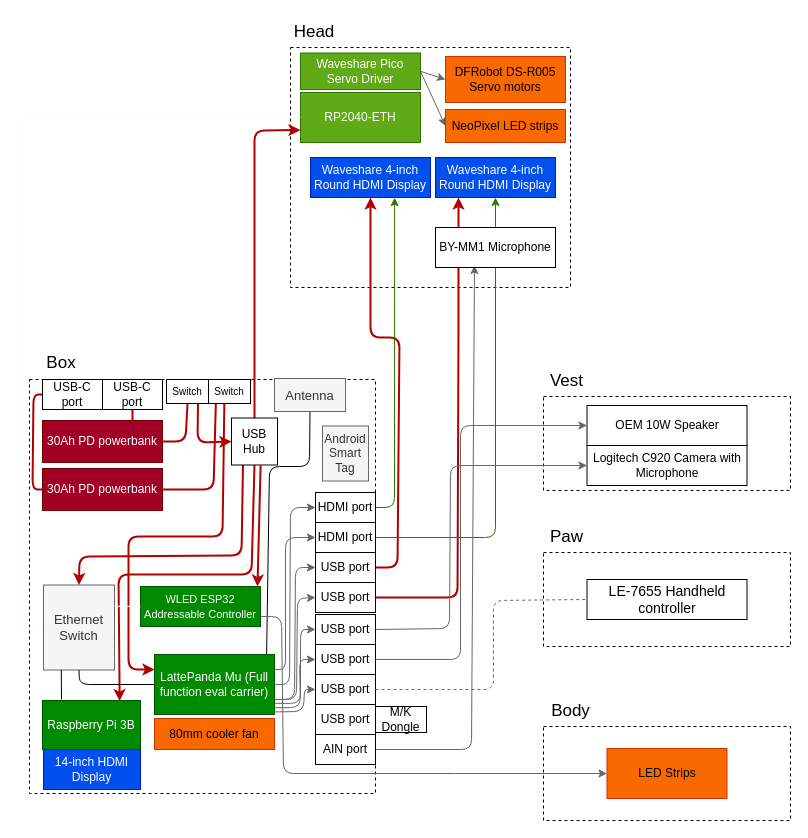
The draw.io diagram Planning/Hardware.drawio in MekhyW/DYNAMO-Electronic-Fursuit-3.0, before the edit. Source tidied: cells renumbered, new cells numbered last; positions are measured from the earlier drawing's top-left corner, leaving out a move shared by most shapes. Both pictures are drawn from the tidied source at 100%, with x=0, y=0 at pixel (17, 17).
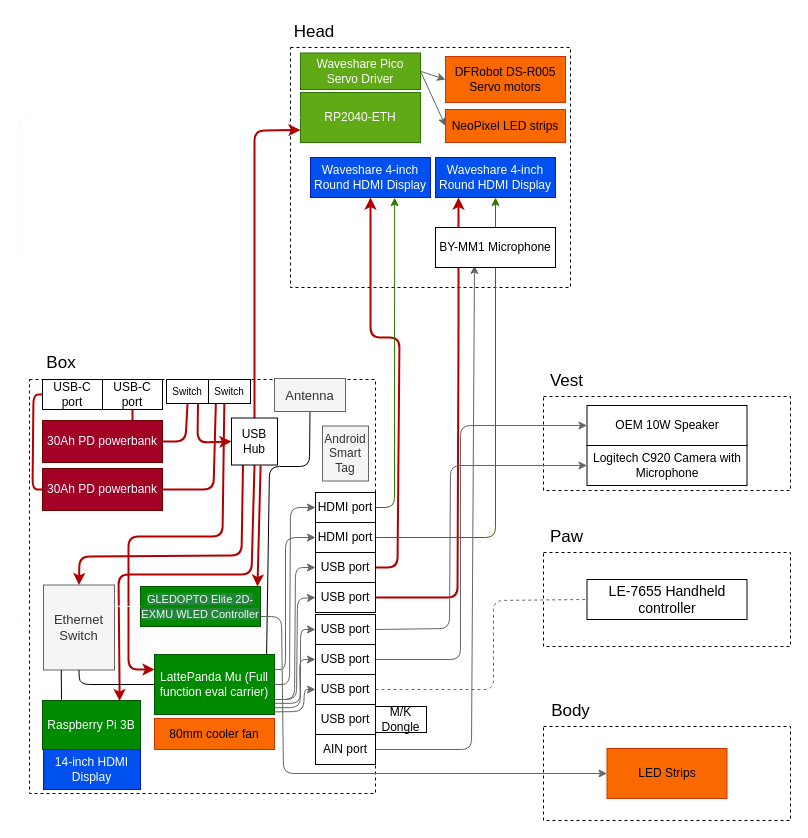
Above is the later version.

Change to the diagram source:
```diff
@@
-    <mxCell id="20" value="&lt;font style=&quot;font-size: 11px;&quot;&gt;WLED ESP32 Addressable Controller&lt;/font&gt;" style="rounded=0;whiteSpace=wrap;html=1;fillColor=#008a00;fontColor=#ffffff;strokeColor=#005700;" parent="1" vertex="1">
+    <mxCell id="20" value="&lt;span style=&quot;box-sizing: inherit; user-select: text; cursor: text; background: none 0% 0% / auto repeat scroll padding-box border-box rgb(34, 134, 58); color: rgb(246, 248, 250); font-size: 11px; text-align: start;&quot; class=&quot;cm-diff-add-inner&quot;&gt;GLEDOPTO Elite 2D-EXMU WLED Controller&lt;/span&gt;" style="rounded=0;whiteSpace=wrap;html=1;fillColor=#008a00;fontColor=#ffffff;strokeColor=#005700;" parent="1" vertex="1">
       <mxGeometry x="123" y="569" width="120" height="40" as="geometry" />
     </mxCell>
```
